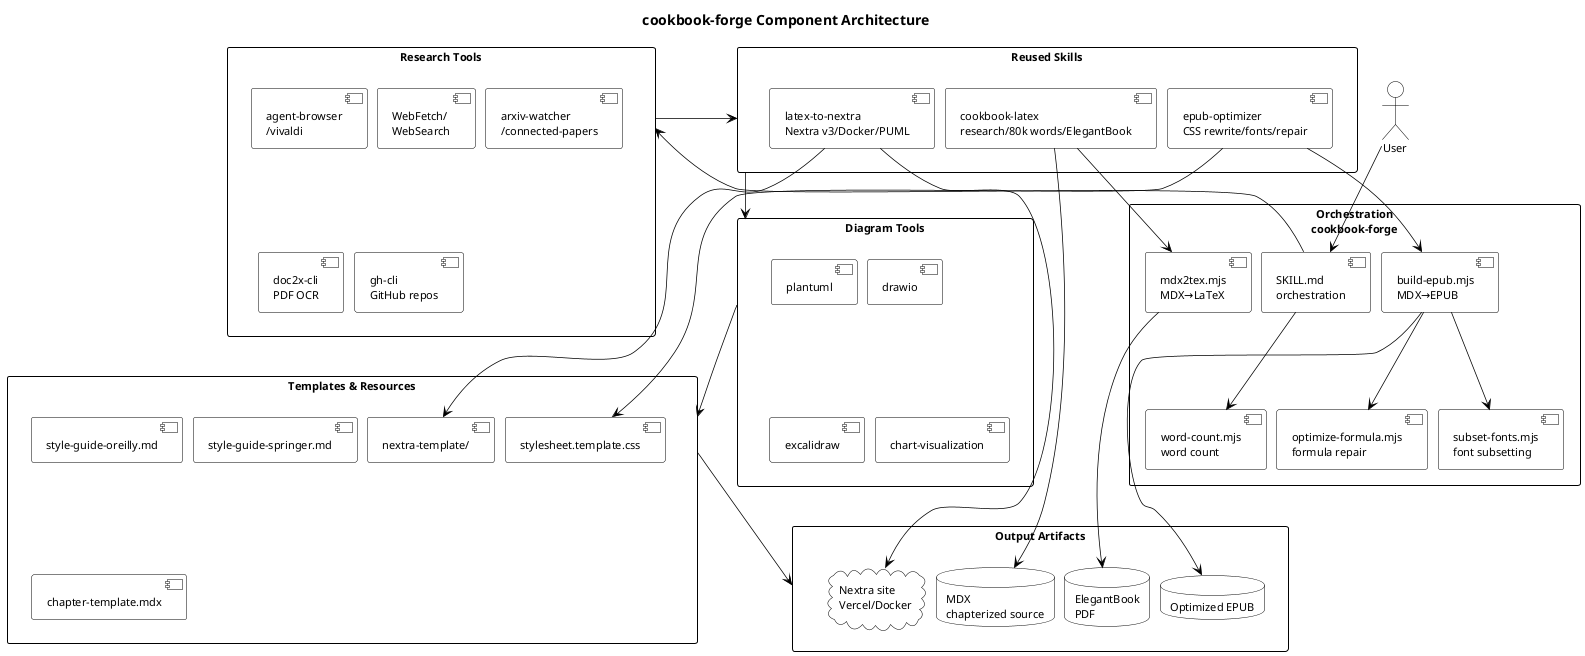
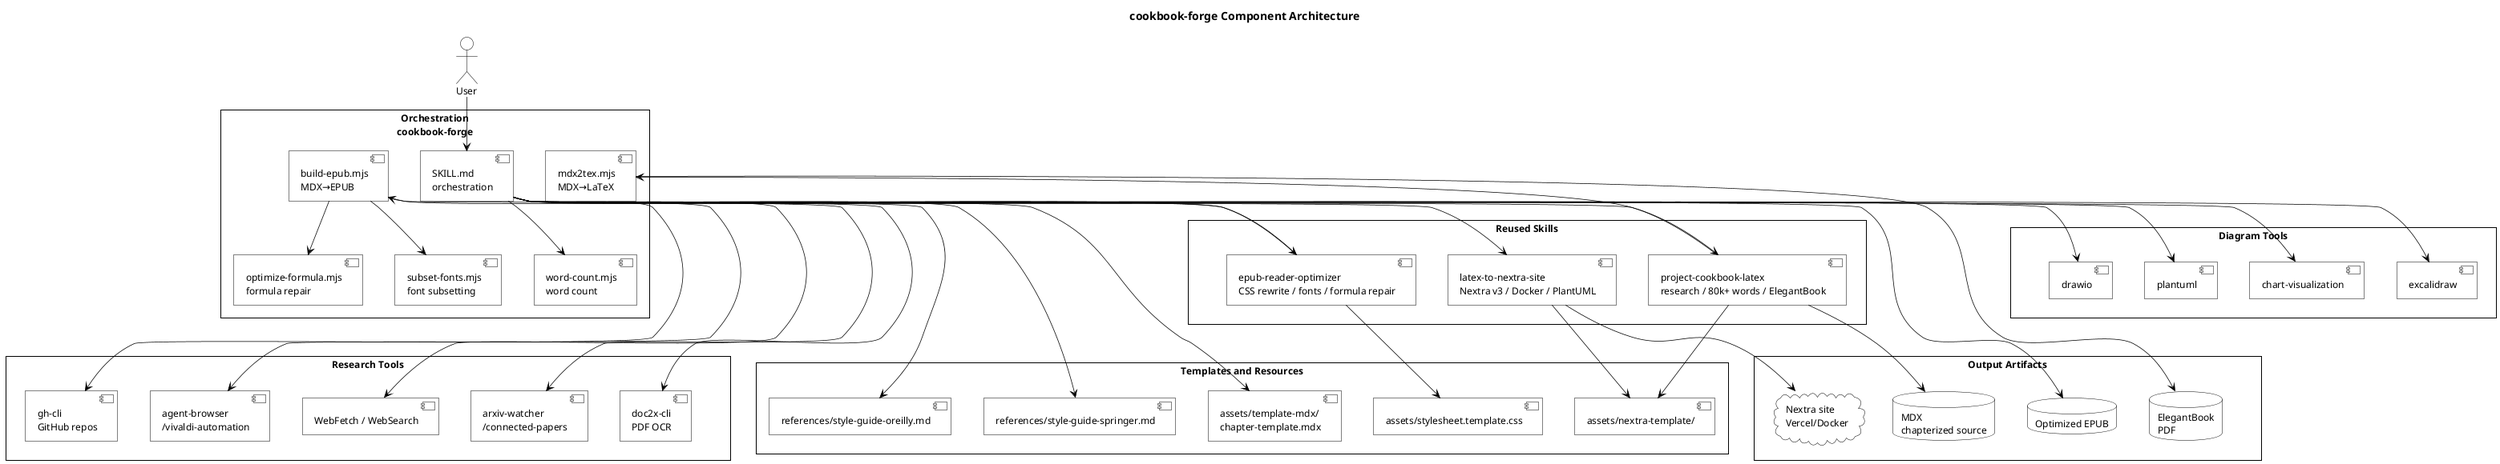
@startuml
+ ' uml-diagrams.org reference style — strict OMG UML 2.x, monochrome
skinparam monochrome true
+ skinparam backgroundColor #FFFFFF
+ skinparam defaultFontName Helvetica
+ skinparam defaultFontSize 12
skinparam shadowing false
- skinparam backgroundColor #FFFFFF
- skinparam defaultFontColor #000000
- skinparam defaultFontName Helvetica
- skinparam defaultFontSize 11
+ skinparam classAttributeIconSize 0
+ skinparam sequenceMessageAlign center
+ skinparam roundCorner 0
+ 
skinparam ActorBackgroundColor #FFFFFF
skinparam ActorBorderColor #000000
+ skinparam ParticipantBackgroundColor #FFFFFF
+ skinparam ParticipantBorderColor #000000
+ skinparam NoteBackgroundColor #FFFFFF
+ skinparam NoteBorderColor #000000
+ skinparam SequenceGroupBackgroundColor #FFFFFF
+ skinparam PackageBackgroundColor #FFFFFF
+ skinparam PackageBorderColor #000000
+ skinparam ClassBackgroundColor #FFFFFF
+ skinparam ObjectBackgroundColor #FFFFFF
+ skinparam StateBackgroundColor #FFFFFF
+ skinparam StateBorderColor #000000
+ skinparam UsecaseBackgroundColor #FFFFFF
+ skinparam UsecaseBorderColor #000000
skinparam ComponentBackgroundColor #FFFFFF
skinparam ComponentBorderColor #000000
- skinparam PackageBackgroundColor #FFFFFF
- skinparam PackageBorderColor #000000
+ skinparam ActivityBackgroundColor #FFFFFF
+ skinparam ActivityBorderColor #000000
+ skinparam NodeBackgroundColor #FFFFFF
+ skinparam NodeBorderColor #000000
skinparam DatabaseBackgroundColor #FFFFFF
skinparam DatabaseBorderColor #000000
skinparam CloudBackgroundColor #FFFFFF
skinparam CloudBorderColor #000000
+ skinparam RectangleBackgroundColor #FFFFFF
+ skinparam RectangleBorderColor #000000
skinparam ArrowColor #000000
skinparam ArrowThickness 0.75
- skinparam nodesep 10
- skinparam ranksep 25
- skinparam packageStyle rectangle
+ skinparam DefaultTextColor #000000
+ skinparam defaultFontColor #000000

title cookbook-forge Component Architecture

top to bottom direction
+ skinparam nodesep 40
+ skinparam ranksep 50
+ skinparam packageStyle rectangle

actor User

- package "Orchestration\ncookbook-forge" as P1 {
+ package "Orchestration\ncookbook-forge" as P_ORCH {
  [SKILL.md\norchestration] as ORCH
  [mdx2tex.mjs\nMDX→LaTeX] as M2T
  [build-epub.mjs\nMDX→EPUB] as EPUB
  [subset-fonts.mjs\nfont subsetting] as FONT
  [word-count.mjs\nword count] as WC
  [optimize-formula.mjs\nformula repair] as FORMULA
}

- package "Research Tools" as P2 {
-   [agent-browser\n/vivaldi] as BR
-   [WebFetch/\nWebSearch] as WF
+ package "Reused Skills" as P_SKILLS {
+   [project-cookbook-latex\nresearch / 80k+ words / ElegantBook] as PCL
+   [latex-to-nextra-site\nNextra v3 / Docker / PlantUML] as L2N
+   [epub-reader-optimizer\nCSS rewrite / fonts / formula repair] as ERO
+ }
+ 
+ package "Research Tools" as P_RESEARCH {
+   [agent-browser\n/vivaldi-automation] as BR
+   [WebFetch / WebSearch] as WF
  [arxiv-watcher\n/connected-papers] as ARX
  [doc2x-cli\nPDF OCR] as D2X
  [gh-cli\nGitHub repos] as GH
}

- package "Reused Skills" as P3 {
-   [cookbook-latex\nresearch/80k words/ElegantBook] as PCL
-   [latex-to-nextra\nNextra v3/Docker/PUML] as L2N
-   [epub-optimizer\nCSS rewrite/fonts/repair] as ERO
- }
- 
- package "Diagram Tools" as P4 {
+ package "Diagram Tools" as P_DIAGRAM {
  [plantuml] as PU
  [drawio] as DR
  [excalidraw] as EX
  [chart-visualization] as CH
}

- package "Templates & Resources" as P5 {
-   [style-guide-oreilly.md] as ORE
-   [style-guide-springer.md] as SPR
-   [chapter-template.mdx] as TPL
-   [nextra-template/] as NXT
-   [stylesheet.template.css] as CSS
+ package "Templates and Resources" as P_TEMPLATES {
+   [references/style-guide-oreilly.md] as ORE
+   [references/style-guide-springer.md] as SPR
+   [assets/template-mdx/\nchapter-template.mdx] as TPL
+   [assets/nextra-template/] as NXT
+   [assets/stylesheet.template.css] as CSS
}

- package "Output Artifacts" as P6 {
+ package "Output Artifacts" as P_OUTPUT {
  database "MDX\nchapterized source" as MDX
  database "ElegantBook\nPDF" as PDF
  cloud "Nextra site\nVercel/Docker" as WEB
  database "Optimized EPUB" as EOUT
}

User --> ORCH
- ORCH --> P2
- P2 --> P3
- P3 --> P4
- P4 --> P5
- P5 --> P6

+ ORCH --> BR
+ ORCH --> WF
+ ORCH --> ARX
+ ORCH --> D2X
+ ORCH --> GH
+ ORCH --> PCL
+ ORCH --> L2N
+ ORCH --> ERO
+ ORCH --> PU
+ ORCH --> DR
+ ORCH --> EX
+ ORCH --> CH
+ ORCH --> ORE
+ ORCH --> SPR
+ ORCH --> TPL
ORCH --> WC
+ 
+ PCL --> NXT
+ ERO --> CSS
PCL --> M2T
L2N --> NXT
ERO --> EPUB
- ERO --> CSS
EPUB --> FONT
EPUB --> FORMULA
M2T --> PDF
PCL --> MDX
L2N --> WEB
EPUB --> EOUT

+ P_SKILLS -[hidden]down- P_RESEARCH
+ P_DIAGRAM -[hidden]down- P_OUTPUT
@enduml
